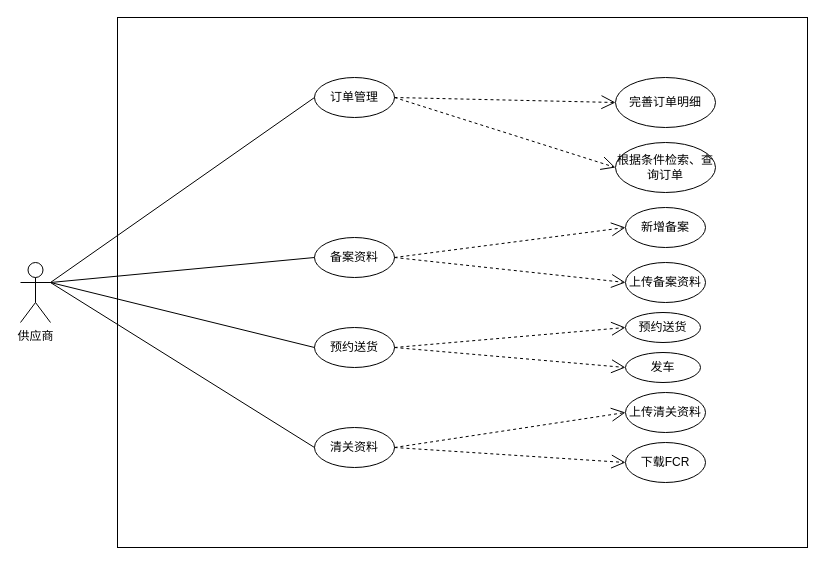
Above: page "供应商用例图" (11 of 28) of wbooking docs/进区预约系统.drawio in sxc-one/e-conitl (draw.io), before the change. Source tidied: cells renumbered, new cells numbered last; positions are measured from the earlier drawing's top-left corner, leaving out a move shared by most shapes. Both pictures are drawn from the tidied source at 100%, with x=0, y=0 at pixel (20, 17).
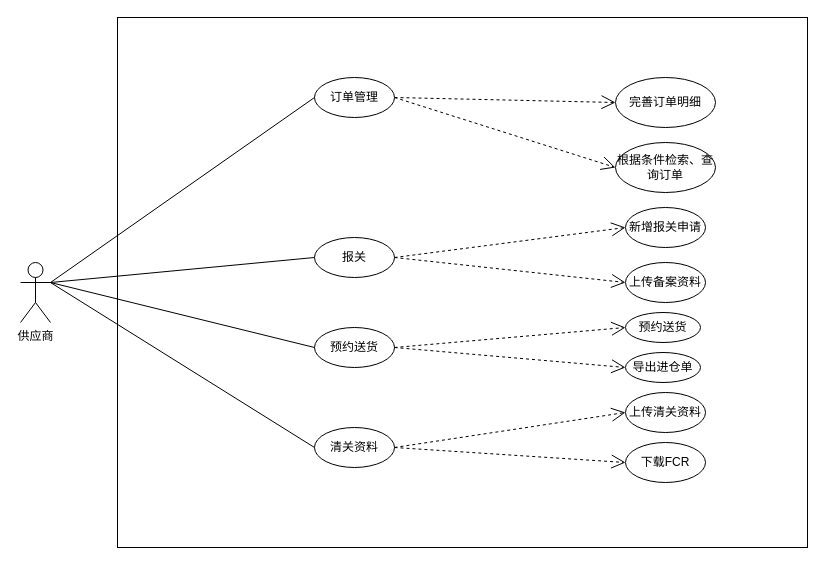
The same page after the edit.

What changed in the source:
```diff
@@
-    <mxCell id="5" value="备案资料" style="ellipse;whiteSpace=wrap;html=1;" parent="1" vertex="1">
+    <mxCell id="5" value="报关" style="ellipse;whiteSpace=wrap;html=1;" parent="1" vertex="1">
       <mxGeometry x="294" y="220" width="80" height="40" as="geometry" />
     </mxCell>
@@
-    <mxCell id="10" value="发车" style="ellipse;whiteSpace=wrap;html=1;" parent="1" vertex="1">
+    <mxCell id="10" value="导出进仓单" style="ellipse;whiteSpace=wrap;html=1;" parent="1" vertex="1">
       <mxGeometry x="605" y="335" width="75" height="30" as="geometry" />
     </mxCell>
@@
-    <mxCell id="24" value="新增备案" style="ellipse;whiteSpace=wrap;html=1;" parent="1" vertex="1">
+    <mxCell id="24" value="新增报关申请" style="ellipse;whiteSpace=wrap;html=1;" parent="1" vertex="1">
       <mxGeometry x="605" y="190" width="80" height="40" as="geometry" />
     </mxCell>
```
